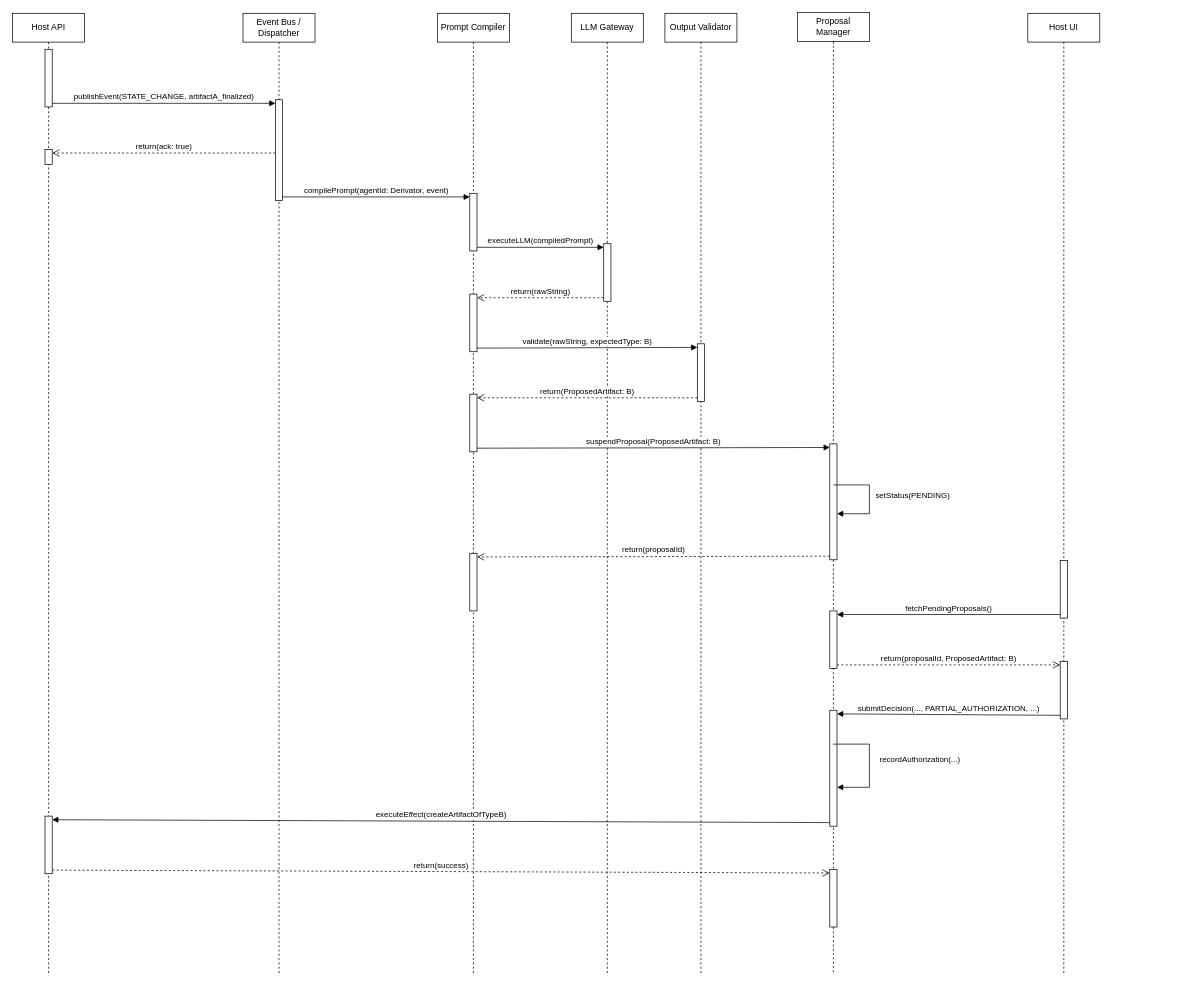
The draw.io diagram diagrams/sequence_diagrams/sequence_diagram_scenario_2.drawio in CarlinoCalogero/univaq-advanced-modelling-techniques, before the edit. Source tidied: cells renumbered, new cells numbered last; positions are measured from the earlier drawing's top-left corner, leaving out a move shared by most shapes. Both pictures are drawn from the tidied source at 72%, with x=0, y=0 at pixel (12, 12).
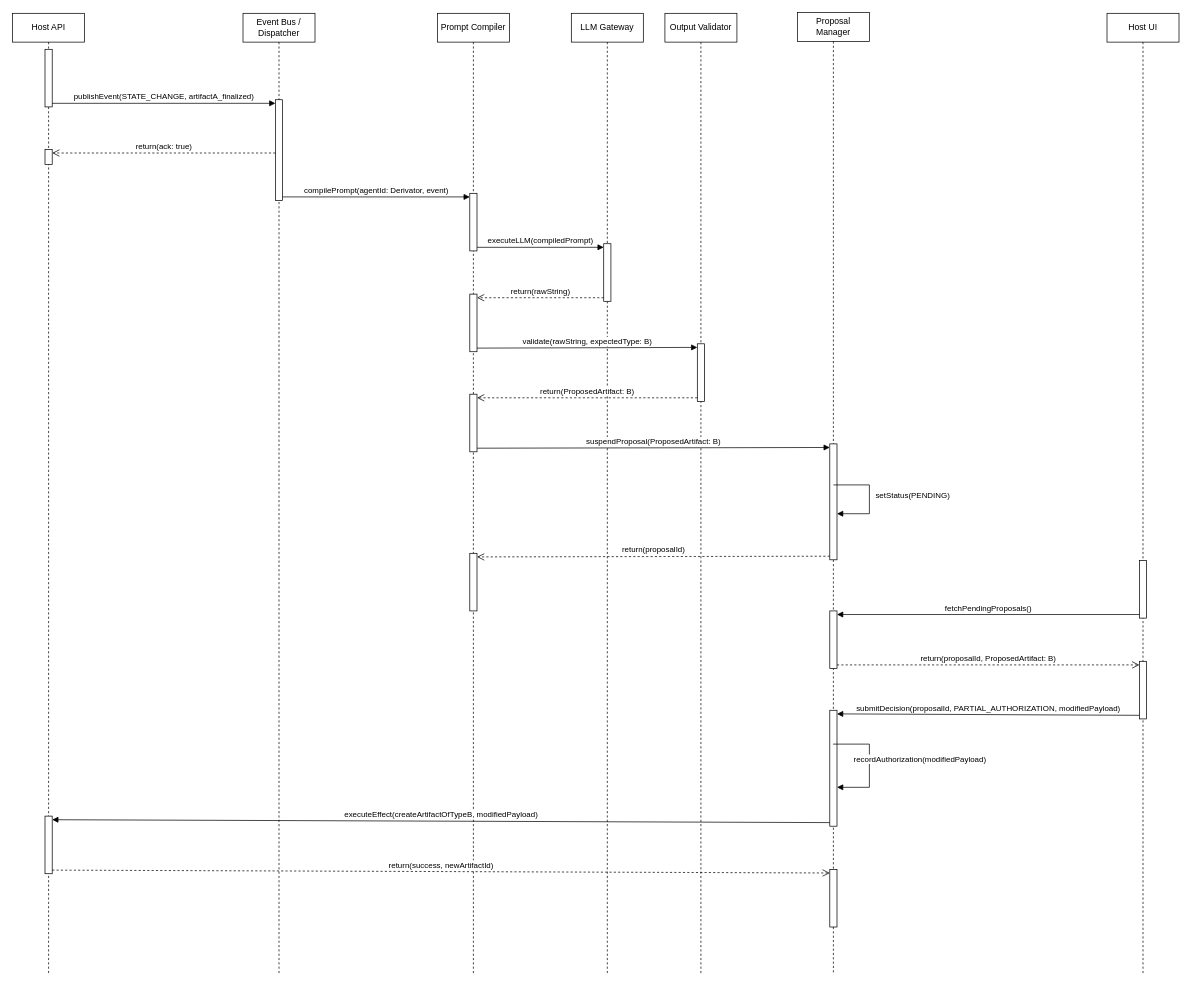
After the change.

Commit message (it also covers changes not shown here):
updated sequence_diagram_scenario_2

Unchanged cells that the change refers to:
```xml
<mxCell id="5" style="html=1;points=[[0,0,0,0,5],[0,1,0,0,-5],[1,0,0,0,5],[1,1,0,0,-5]];perimeter=orthogonalPerimeter;outlineConnect=0;targetShapes=umlLifeline;portConstraint=eastwest;newEdgeStyle={&quot;curved&quot;:0,&quot;rounded&quot;:0};" parent="2" vertex="1">
  <mxGeometry x="45" y="1115" width="10" height="80" as="geometry" />
</mxCell>
<mxCell id="17" value="Proposal Manager" style="shape=umlLifeline;perimeter=lifelinePerimeter;whiteSpace=wrap;html=1;outlineConnect=0;portConstraint=eastwest;newEdgeStyle={&quot;curved&quot;:0,&quot;rounded&quot;:0};" parent="1" vertex="1">
  <mxGeometry x="1090" width="100" height="1336" as="geometry" />
</mxCell>
<mxCell id="20" style="html=1;points=[[0,0,0,0,5],[0,1,0,0,-5],[1,0,0,0,5],[1,1,0,0,-5]];perimeter=orthogonalPerimeter;outlineConnect=0;targetShapes=umlLifeline;portConstraint=eastwest;newEdgeStyle={&quot;curved&quot;:0,&quot;rounded&quot;:0};" parent="17" vertex="1">
  <mxGeometry x="45" y="969" width="10" height="161" as="geometry" />
</mxCell>
<mxCell id="22" style="html=1;points=[[0,0,0,0,5],[0,1,0,0,-5],[1,0,0,0,5],[1,1,0,0,-5]];perimeter=orthogonalPerimeter;outlineConnect=0;targetShapes=umlLifeline;portConstraint=eastwest;newEdgeStyle={&quot;curved&quot;:0,&quot;rounded&quot;:0};" parent="17" vertex="1">
  <mxGeometry x="45" y="1190" width="10" height="80" as="geometry" />
</mxCell>
<mxCell id="27" style="html=1;points=[[0,0,0,0,5],[0,1,0,0,-5],[1,0,0,0,5],[1,1,0,0,-5]];perimeter=orthogonalPerimeter;outlineConnect=0;targetShapes=umlLifeline;portConstraint=eastwest;newEdgeStyle={&quot;curved&quot;:0,&quot;rounded&quot;:0};" parent="25" vertex="1">
  <mxGeometry x="45" y="900" width="10" height="80" as="geometry" />
</mxCell>
```

What changed in the source:
```diff
@@
-    <mxCell id="21" value="recordAuthorization(...)" style="html=1;verticalAlign=bottom;endArrow=block;curved=0;rounded=0;" parent="17" edge="1" source="17" target="20">
+    <mxCell id="21" value="recordAuthorization(modifiedPayload)" style="html=1;verticalAlign=bottom;endArrow=block;curved=0;rounded=0;" parent="17" edge="1" source="17" target="20">
       <mxGeometry x="0.03" y="70" relative="1" as="geometry">
         <Array as="points">
           <mxPoint x="100" y="1016" />
           <mxPoint x="100" y="1076" />
         </Array>
       </mxGeometry>
     </mxCell>
@@
     <mxCell id="25" value="Host UI" style="shape=umlLifeline;perimeter=lifelinePerimeter;whiteSpace=wrap;html=1;newEdgeStyle={&quot;curved&quot;:0,&quot;rounded&quot;:0};" parent="1" vertex="1">
-      <mxGeometry x="1410" y="1" width="100" height="1335" as="geometry" />
+      <mxGeometry x="1520" y="1" width="100" height="1335" as="geometry" />
     </mxCell>
@@
-    <mxCell id="38" value="submitDecision(..., PARTIAL_AUTHORIZATION, ...)" style="html=1;verticalAlign=bottom;endArrow=block;curved=0;rounded=0;exitX=0;exitY=1;exitDx=0;exitDy=-5;exitPerimeter=0;entryX=1;entryY=0;entryDx=0;entryDy=5;entryPerimeter=0;" parent="1" edge="1" source="27" target="20">
+    <mxCell id="38" value="submitDecision(proposalId, PARTIAL_AUTHORIZATION, modifiedPayload)" style="html=1;verticalAlign=bottom;endArrow=block;curved=0;rounded=0;exitX=0;exitY=1;exitDx=0;exitDy=-5;exitPerimeter=0;entryX=1;entryY=0;entryDx=0;entryDy=5;entryPerimeter=0;" parent="1" edge="1" source="27" target="20">
       <mxGeometry relative="1" as="geometry" />
     </mxCell>
-    <mxCell id="39" value="executeEffect(createArtifactOfTypeB)" style="html=1;verticalAlign=bottom;endArrow=block;curved=0;rounded=0;exitX=0;exitY=1;exitDx=0;exitDy=-5;exitPerimeter=0;entryX=1;entryY=0;entryDx=0;entryDy=5;entryPerimeter=0;" parent="1" edge="1" source="20" target="5">
+    <mxCell id="39" value="executeEffect(createArtifactOfTypeB, modifiedPayload)" style="html=1;verticalAlign=bottom;endArrow=block;curved=0;rounded=0;exitX=0;exitY=1;exitDx=0;exitDy=-5;exitPerimeter=0;entryX=1;entryY=0;entryDx=0;entryDy=5;entryPerimeter=0;" parent="1" edge="1" source="20" target="5">
       <mxGeometry relative="1" as="geometry" />
     </mxCell>
-    <mxCell id="40" value="return(success)" style="html=1;verticalAlign=bottom;endArrow=open;dashed=1;endSize=8;curved=0;rounded=0;exitX=1;exitY=1;exitDx=0;exitDy=-5;exitPerimeter=0;entryX=0;entryY=0;entryDx=0;entryDy=5;entryPerimeter=0;" parent="1" edge="1" source="5" target="22">
+    <mxCell id="40" value="return(success, newArtifactId)" style="html=1;verticalAlign=bottom;endArrow=open;dashed=1;endSize=8;curved=0;rounded=0;exitX=1;exitY=1;exitDx=0;exitDy=-5;exitPerimeter=0;entryX=0;entryY=0;entryDx=0;entryDy=5;entryPerimeter=0;" parent="1" edge="1" source="5" target="22">
       <mxGeometry relative="1" as="geometry" />
     </mxCell>
```
